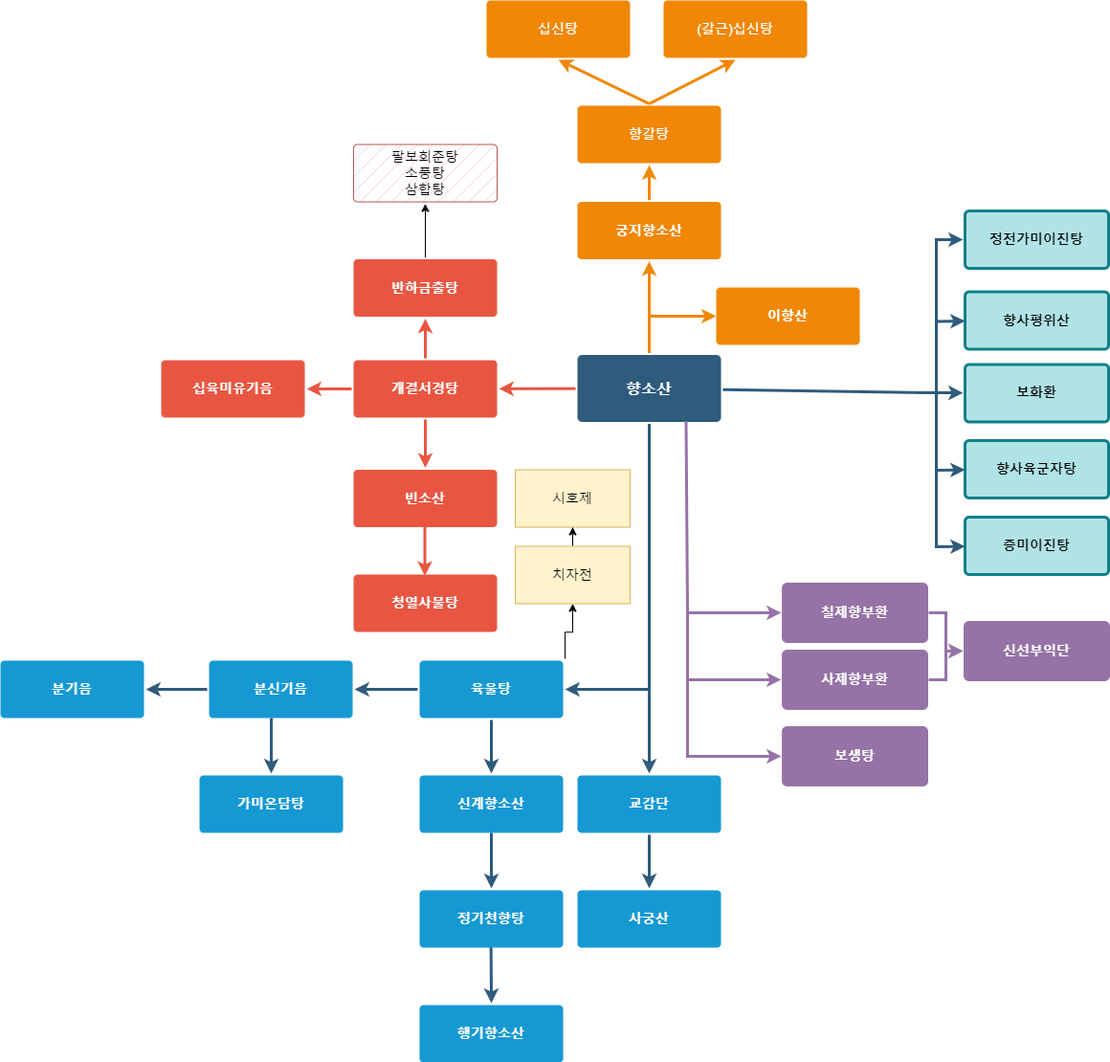
The draw.io diagram 향소산플로우차트.drawio.png in Jinzin71/sparta, before a commit. Source tidied: cells renumbered, new cells last; positions are measured from the earlier drawing's top-left corner, leaving out a move shared by most shapes.
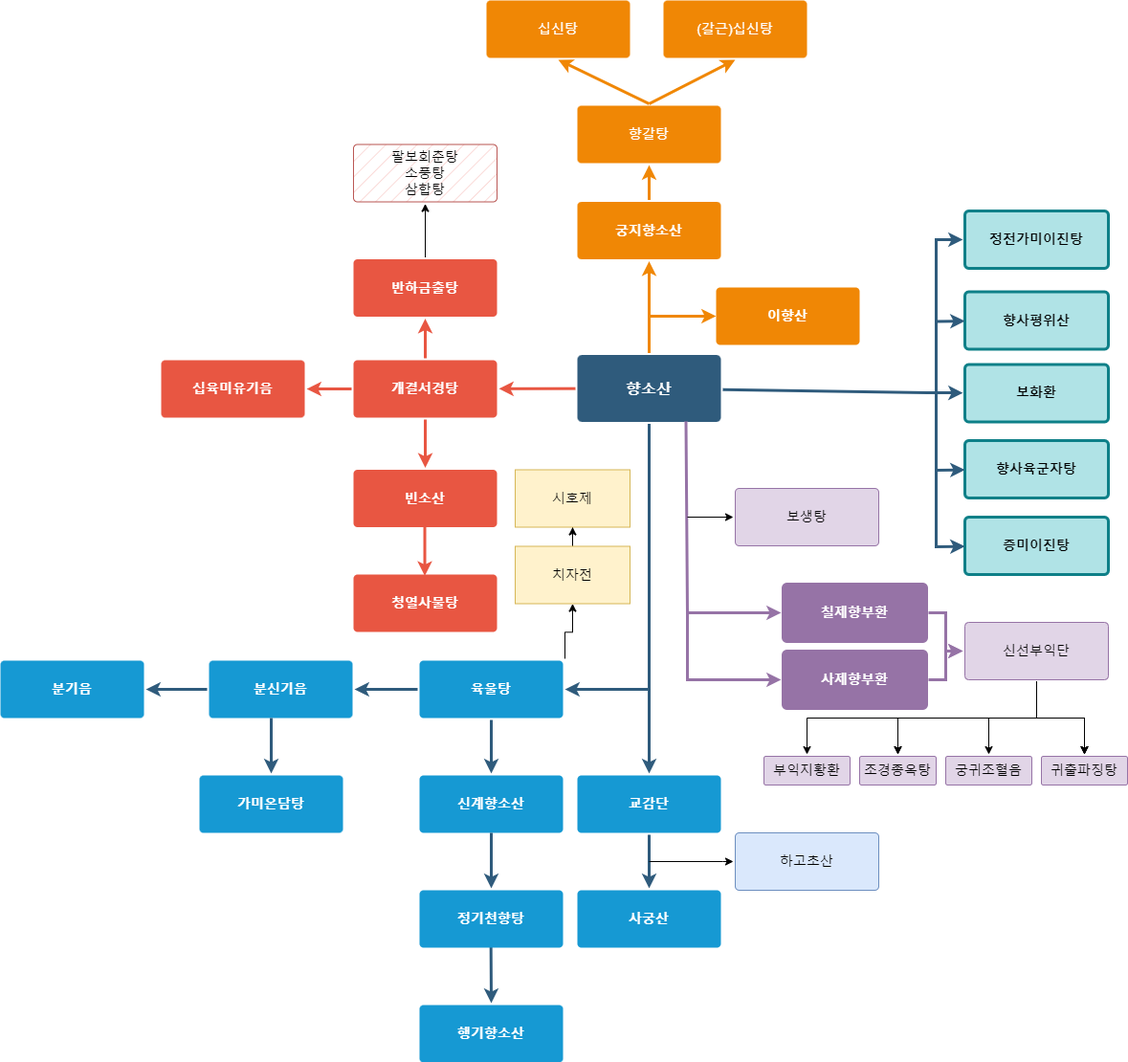
Above is the later version.

Commit message:
향소산플로우차트.drawio.png 업데이트

Diff of the diagram source:
```diff
@@ -166,6 +166,14 @@
     <mxCell id="45" value="정기천향탕" style="rounded=1;whiteSpace=wrap;html=1;shadow=0;labelBackgroundColor=none;strokeColor=none;strokeWidth=3;fillColor=#1699d3;fontFamily=Helvetica;fontSize=14;fontColor=#FFFFFF;align=center;spacing=5;fontStyle=1;arcSize=7;perimeterSpacing=2;" parent="1" vertex="1">
       <mxGeometry x="438" y="930" width="150" height="60" as="geometry" />
     </mxCell>
+    <mxCell id="67" style="edgeStyle=orthogonalEdgeStyle;rounded=0;jettySize=auto;html=1;entryX=0;entryY=0.5;entryDx=0;entryDy=0;" parent="1" edge="1" target="79">
+      <mxGeometry relative="1" as="geometry">
+        <mxPoint x="678" y="900" as="sourcePoint" />
+        <Array as="points">
+          <mxPoint x="755" y="900" />
+        </Array>
+      </mxGeometry>
+    </mxCell>
     <mxCell id="46" value="교감단" style="rounded=1;whiteSpace=wrap;html=1;shadow=0;labelBackgroundColor=none;strokeColor=none;strokeWidth=3;fillColor=#1699d3;fontFamily=Helvetica;fontSize=14;fontColor=#FFFFFF;align=center;spacing=5;fontStyle=1;arcSize=7;perimeterSpacing=2;" parent="1" vertex="1">
       <mxGeometry x="603" y="810" width="150" height="60" as="geometry" />
     </mxCell>
@@ -249,19 +257,70 @@
     <mxCell id="63" value="&lt;span style=&quot;font-weight: normal;&quot;&gt;팔보회춘탕&lt;br&gt;소풍탕&lt;br&gt;삼합탕&lt;/span&gt;" style="rounded=1;whiteSpace=wrap;html=1;shadow=0;labelBackgroundColor=none;strokeWidth=1;fontFamily=Helvetica;fontSize=14;align=center;spacing=5;fontStyle=1;arcSize=7;perimeterSpacing=2;fillColor=#f8cecc;strokeColor=#b85450;fillStyle=hatch;" parent="1" vertex="1">
       <mxGeometry x="369" y="150.5" width="150" height="60" as="geometry" />
     </mxCell>
-    <mxCell id="64" style="edgeStyle=none;rounded=0;jumpStyle=none;html=1;shadow=0;labelBackgroundColor=none;startArrow=none;startFill=0;endArrow=classic;endFill=1;jettySize=auto;strokeColor=#9673A6;strokeWidth=3;fontFamily=Helvetica;fontSize=16;fontColor=#23445D;spacing=5;entryX=0;entryY=0.5;entryDx=0;entryDy=0;" parent="1" edge="1" target="65">
+    <mxCell id="64" style="edgeStyle=none;rounded=0;jumpStyle=none;html=1;shadow=0;labelBackgroundColor=none;startArrow=none;startFill=0;endArrow=classic;endFill=1;jettySize=auto;strokeColor=#000000;strokeWidth=1;fontFamily=Helvetica;fontSize=16;fontColor=#23445D;spacing=5;entryX=0;entryY=0.5;entryDx=0;entryDy=0;" parent="1" edge="1" target="65">
       <mxGeometry relative="1" as="geometry">
-        <mxPoint x="718" y="710" as="sourcePoint" />
+        <mxPoint x="718" y="540" as="sourcePoint" />
         <Array as="points">
-          <mxPoint x="718" y="790" />
+          <mxPoint x="718" y="540" />
         </Array>
       </mxGeometry>
     </mxCell>
-    <mxCell id="65" value="&lt;font color=&quot;#ffffff&quot;&gt;보생탕&lt;/font&gt;" style="rounded=1;whiteSpace=wrap;html=1;shadow=0;labelBackgroundColor=none;strokeColor=#9673a6;strokeWidth=3;fillColor=#9673A6;fontFamily=Helvetica;fontSize=14;align=center;spacing=5;fontStyle=1;arcSize=7;perimeterSpacing=2;" parent="1" vertex="1">
-      <mxGeometry x="818" y="760" width="150" height="60" as="geometry" />
+    <mxCell id="65" value="&lt;font style=&quot;font-weight: normal;&quot;&gt;보생탕&lt;/font&gt;" style="rounded=1;whiteSpace=wrap;html=1;shadow=0;labelBackgroundColor=none;strokeColor=#9673A6;strokeWidth=1;fillColor=#e1d5e7;fontFamily=Helvetica;fontSize=14;align=center;spacing=5;fontStyle=1;arcSize=7;perimeterSpacing=2;" parent="1" vertex="1">
+      <mxGeometry x="768" y="510" width="150" height="60" as="geometry" />
     </mxCell>
+    <mxCell id="68" style="edgeStyle=orthogonalEdgeStyle;rounded=0;jettySize=auto;html=1;" parent="1" edge="1" source="66" target="74">
+      <mxGeometry relative="1" as="geometry" />
+    </mxCell>
+    <mxCell id="69" style="edgeStyle=orthogonalEdgeStyle;rounded=0;jettySize=auto;html=1;" parent="1" edge="1" source="66" target="74">
+      <mxGeometry relative="1" as="geometry" />
+    </mxCell>
+    <mxCell id="70" style="edgeStyle=orthogonalEdgeStyle;rounded=0;jettySize=auto;html=1;" parent="1" edge="1" source="66" target="75">
+      <mxGeometry relative="1" as="geometry">
+        <Array as="points">
+          <mxPoint x="1083" y="750" />
+          <mxPoint x="938" y="750" />
+        </Array>
+      </mxGeometry>
+    </mxCell>
+    <mxCell id="71" style="edgeStyle=orthogonalEdgeStyle;rounded=0;jettySize=auto;html=1;" parent="1" edge="1" source="66" target="75">
+      <mxGeometry relative="1" as="geometry">
+        <Array as="points">
+          <mxPoint x="1083" y="750" />
+          <mxPoint x="938" y="750" />
+        </Array>
+      </mxGeometry>
+    </mxCell>
+    <mxCell id="72" style="edgeStyle=orthogonalEdgeStyle;rounded=0;jettySize=auto;html=1;" parent="1" edge="1" source="66" target="74">
+      <mxGeometry relative="1" as="geometry" />
+    </mxCell>
+    <mxCell id="73" style="edgeStyle=orthogonalEdgeStyle;rounded=0;jettySize=auto;html=1;" parent="1" edge="1" source="66" target="78">
+      <mxGeometry relative="1" as="geometry" />
+    </mxCell>
-    <mxCell id="66" value="&lt;font color=&quot;#ffffff&quot;&gt;신선부익단&lt;/font&gt;" style="rounded=1;whiteSpace=wrap;html=1;shadow=0;labelBackgroundColor=none;strokeColor=#9673A6;strokeWidth=3;fillColor=#9673A6;fontFamily=Helvetica;fontSize=14;align=center;spacing=5;fontStyle=1;arcSize=7;perimeterSpacing=2;" parent="1" vertex="1">
+    <mxCell id="66" value="신선부익단" style="rounded=1;whiteSpace=wrap;html=1;shadow=0;labelBackgroundColor=none;strokeColor=#9673a6;strokeWidth=1;fillColor=#e1d5e7;fontFamily=Helvetica;fontSize=14;align=center;spacing=5;fontStyle=0;arcSize=7;perimeterSpacing=2;" parent="1" vertex="1">
       <mxGeometry x="1008" y="650" width="150" height="60" as="geometry" />
     </mxCell>
+    <mxCell id="74" value="귀출파징탕" style="rounded=1;whiteSpace=wrap;html=1;shadow=0;labelBackgroundColor=none;strokeColor=#9673a6;strokeWidth=1;fillColor=#e1d5e7;fontFamily=Helvetica;fontSize=14;align=center;spacing=5;fontStyle=0;arcSize=7;perimeterSpacing=2;" parent="1" vertex="1">
+      <mxGeometry x="1088" y="790" width="90" height="30" as="geometry" />
+    </mxCell>
+    <mxCell id="75" value="조경종옥탕" style="rounded=1;whiteSpace=wrap;html=1;shadow=0;labelBackgroundColor=none;strokeColor=#9673a6;strokeWidth=1;fillColor=#e1d5e7;fontFamily=Helvetica;fontSize=14;align=center;spacing=5;fontStyle=0;arcSize=7;perimeterSpacing=2;" parent="1" vertex="1">
+      <mxGeometry x="898" y="790" width="80" height="30" as="geometry" />
+    </mxCell>
+    <mxCell id="76" value="부익지황환" style="rounded=1;whiteSpace=wrap;html=1;shadow=0;labelBackgroundColor=none;strokeColor=#9673a6;strokeWidth=1;fillColor=#e1d5e7;fontFamily=Helvetica;fontSize=14;align=center;spacing=5;fontStyle=0;arcSize=7;perimeterSpacing=2;" parent="1" vertex="1">
+      <mxGeometry x="798" y="790" width="90" height="30" as="geometry" />
+    </mxCell>
+    <mxCell id="77" style="edgeStyle=orthogonalEdgeStyle;rounded=0;jettySize=auto;html=1;exitX=0.5;exitY=1;exitDx=0;exitDy=0;entryX=0.5;entryY=0;entryDx=0;entryDy=0;" parent="1" edge="1" source="66" target="76">
+      <mxGeometry relative="1" as="geometry">
+        <Array as="points">
+          <mxPoint x="1083" y="750" />
+          <mxPoint x="843" y="750" />
+        </Array>
+      </mxGeometry>
+    </mxCell>
+    <mxCell id="78" value="궁귀조혈음" style="rounded=1;whiteSpace=wrap;html=1;shadow=0;labelBackgroundColor=none;strokeColor=#9673a6;strokeWidth=1;fillColor=#e1d5e7;fontFamily=Helvetica;fontSize=14;align=center;spacing=5;fontStyle=0;arcSize=7;perimeterSpacing=2;" parent="1" vertex="1">
+      <mxGeometry x="988" y="790" width="90" height="30" as="geometry" />
+    </mxCell>
+    <mxCell id="79" value="하고초산" style="rounded=1;whiteSpace=wrap;html=1;shadow=0;labelBackgroundColor=none;strokeColor=#6c8ebf;strokeWidth=1;fillColor=#dae8fc;fontFamily=Helvetica;fontSize=14;align=center;spacing=5;fontStyle=0;arcSize=7;perimeterSpacing=2;" parent="1" vertex="1">
+      <mxGeometry x="768" y="870" width="150" height="60" as="geometry" />
+    </mxCell>
   </root>
 </mxGraphModel>
```
